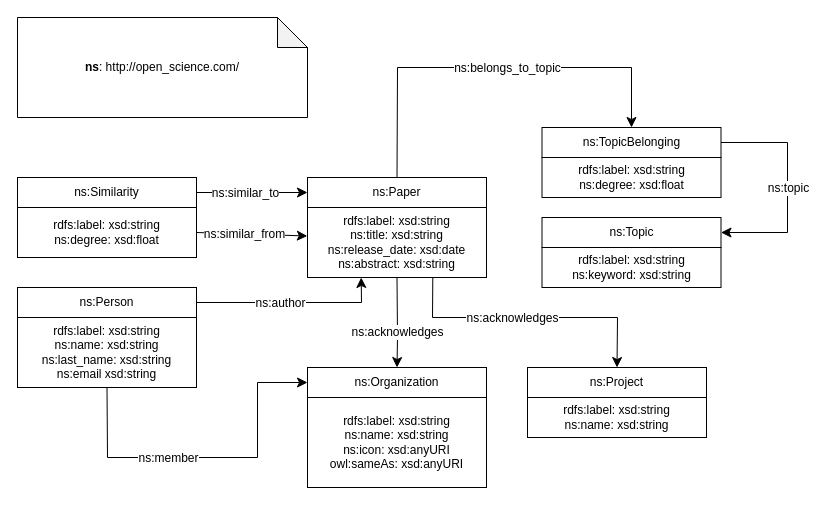
JorgeMIng/Article_Graph keeps this draw.io diagram as ontology/ontology_graph.drawio.xml. Above is the earlier version. Source tidied: cells renumbered, new cells numbered last; positions are measured from the earlier drawing's top-left corner, leaving out a move shared by most shapes. Both pictures are drawn from the tidied source at 100%, with x=0, y=0 at pixel (17, 17).
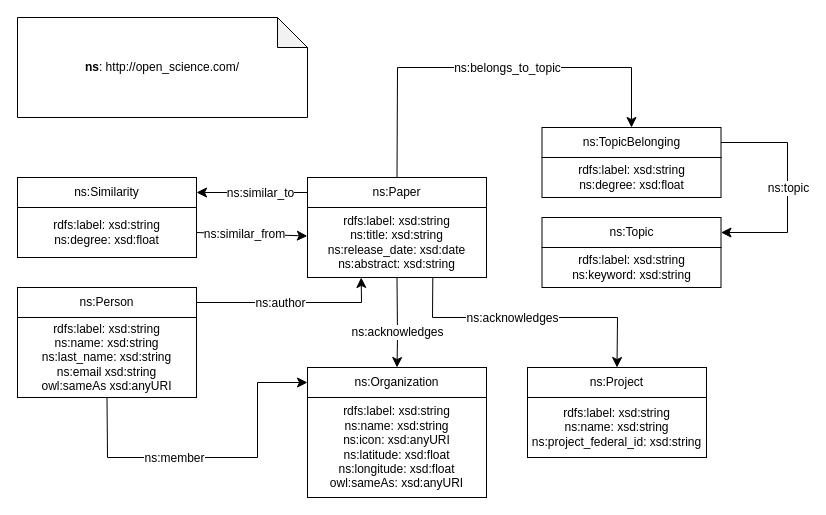
After the change.

Unchanged cells that the change refers to:
```xml
<mxCell id="4" value="ns:Paper" style="rounded=0;whiteSpace=wrap;html=1;snapToPoint=1;points=[[0.1,0],[0.2,0],[0.3,0],[0.4,0],[0.5,0],[0.6,0],[0.7,0],[0.8,0],[0.9,0],[0,0.1],[0,0.3],[0,0.5],[0,0.7],[0,0.9],[0.1,1],[0.2,1],[0.3,1],[0.4,1],[0.5,1],[0.6,1],[0.7,1],[0.8,1],[0.9,1],[1,0.1],[1,0.3],[1,0.5],[1,0.7],[1,0.9]];" parent="1" vertex="1">
  <mxGeometry x="290" y="160" width="179" height="30" as="geometry" />
</mxCell>
<mxCell id="22" value="ns:Similarity" style="rounded=0;whiteSpace=wrap;html=1;snapToPoint=1;points=[[0.1,0],[0.2,0],[0.3,0],[0.4,0],[0.5,0],[0.6,0],[0.7,0],[0.8,0],[0.9,0],[0,0.1],[0,0.3],[0,0.5],[0,0.7],[0,0.9],[0.1,1],[0.2,1],[0.3,1],[0.4,1],[0.5,1],[0.6,1],[0.7,1],[0.8,1],[0.9,1],[1,0.1],[1,0.3],[1,0.5],[1,0.7],[1,0.9]];" parent="1" vertex="1">
  <mxGeometry y="160" width="179" height="30" as="geometry" />
</mxCell>
```

Diff of the diagram source:
```diff
@@
-    <mxCell id="9" value="&lt;div&gt;rdfs:label: xsd:string&lt;br&gt;&lt;/div&gt;ns:name: xsd:string&lt;div&gt;ns:icon: xsd:anyURI&lt;/div&gt;&lt;div&gt;owl:sameAs: xsd:anyURI&lt;/div&gt;" style="rounded=0;whiteSpace=wrap;html=1;" parent="1" vertex="1">
-      <mxGeometry x="290" y="380" width="179" height="90" as="geometry" />
+    <mxCell id="9" value="&lt;div&gt;rdfs:label: xsd:string&lt;br&gt;&lt;/div&gt;ns:name: xsd:string&lt;div&gt;ns:icon: xsd:anyURI&lt;/div&gt;&lt;div&gt;ns:latitude: xsd:float&lt;/div&gt;&lt;div&gt;ns:longitude: xsd:float&lt;/div&gt;&lt;div&gt;owl:sameAs: xsd:anyURI&lt;/div&gt;" style="rounded=0;whiteSpace=wrap;html=1;" parent="1" vertex="1">
+      <mxGeometry x="290" y="380" width="179" height="100" as="geometry" />
     </mxCell>
@@
-    <mxCell id="11" value="&lt;div&gt;rdfs:label: xsd:string&lt;br&gt;&lt;/div&gt;ns:name: xsd:string&lt;div&gt;ns:last_name: xsd:string&lt;/div&gt;&lt;div&gt;ns:email xsd:string&lt;/div&gt;" style="rounded=0;whiteSpace=wrap;html=1;snapToPoint=1;points=[[0.1,0],[0.2,0],[0.3,0],[0.4,0],[0.5,0],[0.6,0],[0.7,0],[0.8,0],[0.9,0],[0,0.1],[0,0.3],[0,0.5],[0,0.7],[0,0.9],[0.1,1],[0.2,1],[0.3,1],[0.4,1],[0.5,1],[0.6,1],[0.7,1],[0.8,1],[0.9,1],[1,0.1],[1,0.3],[1,0.5],[1,0.7],[1,0.9]];" parent="1" vertex="1">
-      <mxGeometry y="300" width="179" height="70" as="geometry" />
+    <mxCell id="11" value="&lt;div&gt;rdfs:label: xsd:string&lt;br&gt;&lt;/div&gt;ns:name: xsd:string&lt;div&gt;ns:last_name: xsd:string&lt;/div&gt;&lt;div&gt;ns:email xsd:string&lt;/div&gt;&lt;div&gt;owl:sameAs xsd:anyURI&lt;/div&gt;" style="rounded=0;whiteSpace=wrap;html=1;snapToPoint=1;points=[[0.1,0],[0.2,0],[0.3,0],[0.4,0],[0.5,0],[0.6,0],[0.7,0],[0.8,0],[0.9,0],[0,0.1],[0,0.3],[0,0.5],[0,0.7],[0,0.9],[0.1,1],[0.2,1],[0.3,1],[0.4,1],[0.5,1],[0.6,1],[0.7,1],[0.8,1],[0.9,1],[1,0.1],[1,0.3],[1,0.5],[1,0.7],[1,0.9]];" parent="1" vertex="1">
+      <mxGeometry y="300" width="179" height="80" as="geometry" />
     </mxCell>
@@
-    <mxCell id="13" value="&lt;div&gt;rdfs:label: xsd:string&lt;br&gt;&lt;/div&gt;ns:name: xsd:string" style="rounded=0;whiteSpace=wrap;html=1;" parent="1" vertex="1">
-      <mxGeometry x="510" y="380" width="179" height="40" as="geometry" />
+    <mxCell id="13" value="&lt;div&gt;rdfs:label: xsd:string&lt;br&gt;&lt;/div&gt;ns:name: xsd:string&lt;div&gt;ns:project_federal_id: xsd:string&lt;/div&gt;" style="rounded=0;whiteSpace=wrap;html=1;" parent="1" vertex="1">
+      <mxGeometry x="510" y="380" width="179" height="60" as="geometry" />
     </mxCell>
@@
-    <mxCell id="23" style="endArrow=classic;html=1;exitX=1;exitY=0.5;exitDx=0;exitDy=0;endSize=8;rounded=0;entryX=0;entryY=0.5;entryDx=0;entryDy=0;" parent="1" edge="1" source="22" target="4">
+    <mxCell id="23" style="endArrow=classic;html=1;exitX=0;exitY=0.5;exitDx=0;exitDy=0;endSize=8;rounded=0;entryX=1;entryY=0.5;entryDx=0;entryDy=0;" parent="1" edge="1" source="4" target="22">
       <mxGeometry relative="1" as="geometry" />
     </mxCell>
```
